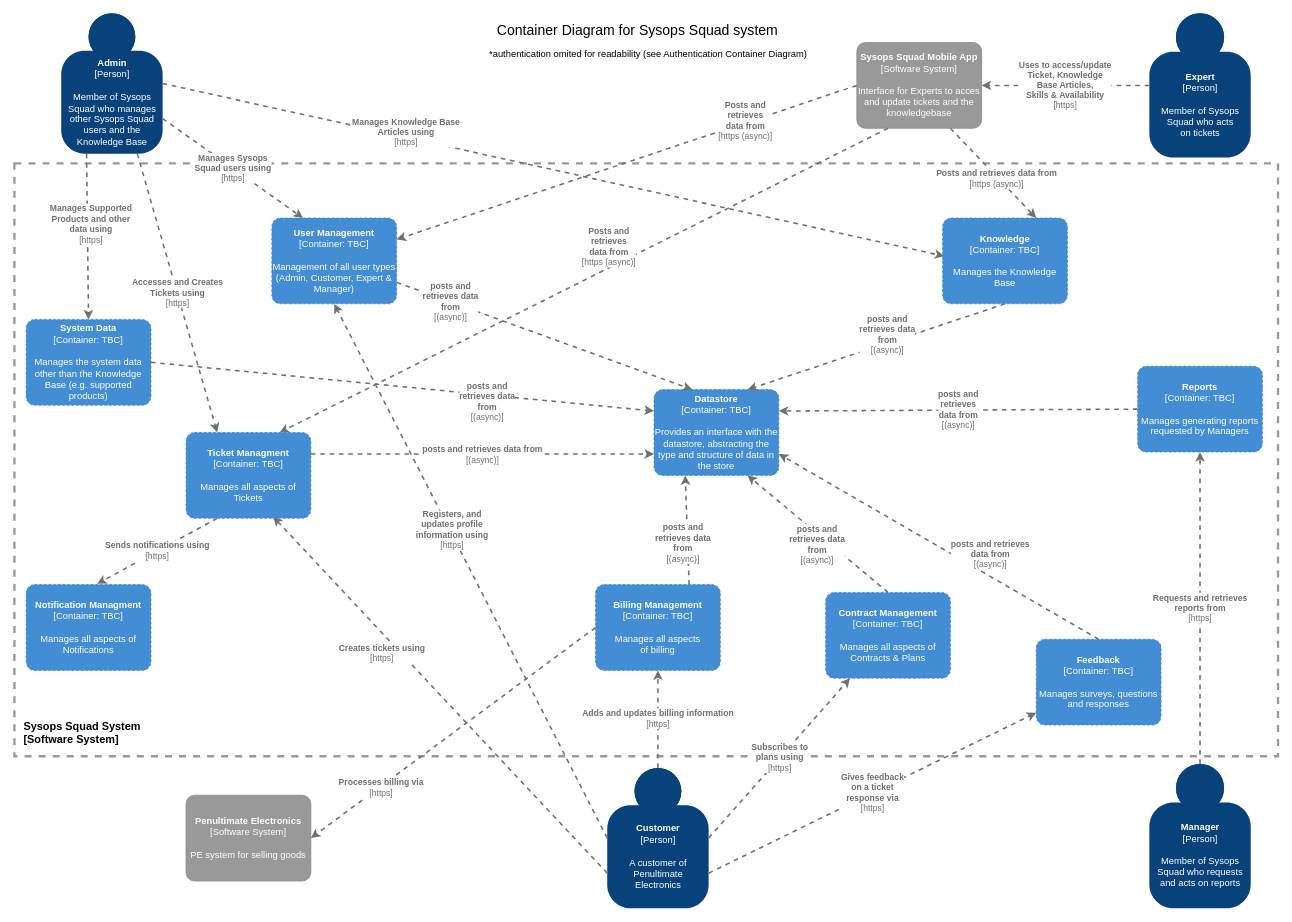
Earlier version of the draw.io diagram 3.ViewsAndPerspectives/infrastructure/images/ContainerDiagram.drawio (tekiegirl/TheMadKatas). Source tidied: cells renumbered, new cells numbered last; positions are measured from the earlier drawing's top-left corner, leaving out a move shared by most shapes. Both pictures are drawn from the tidied source at 78%, with x=0, y=0 at pixel (14, 13).
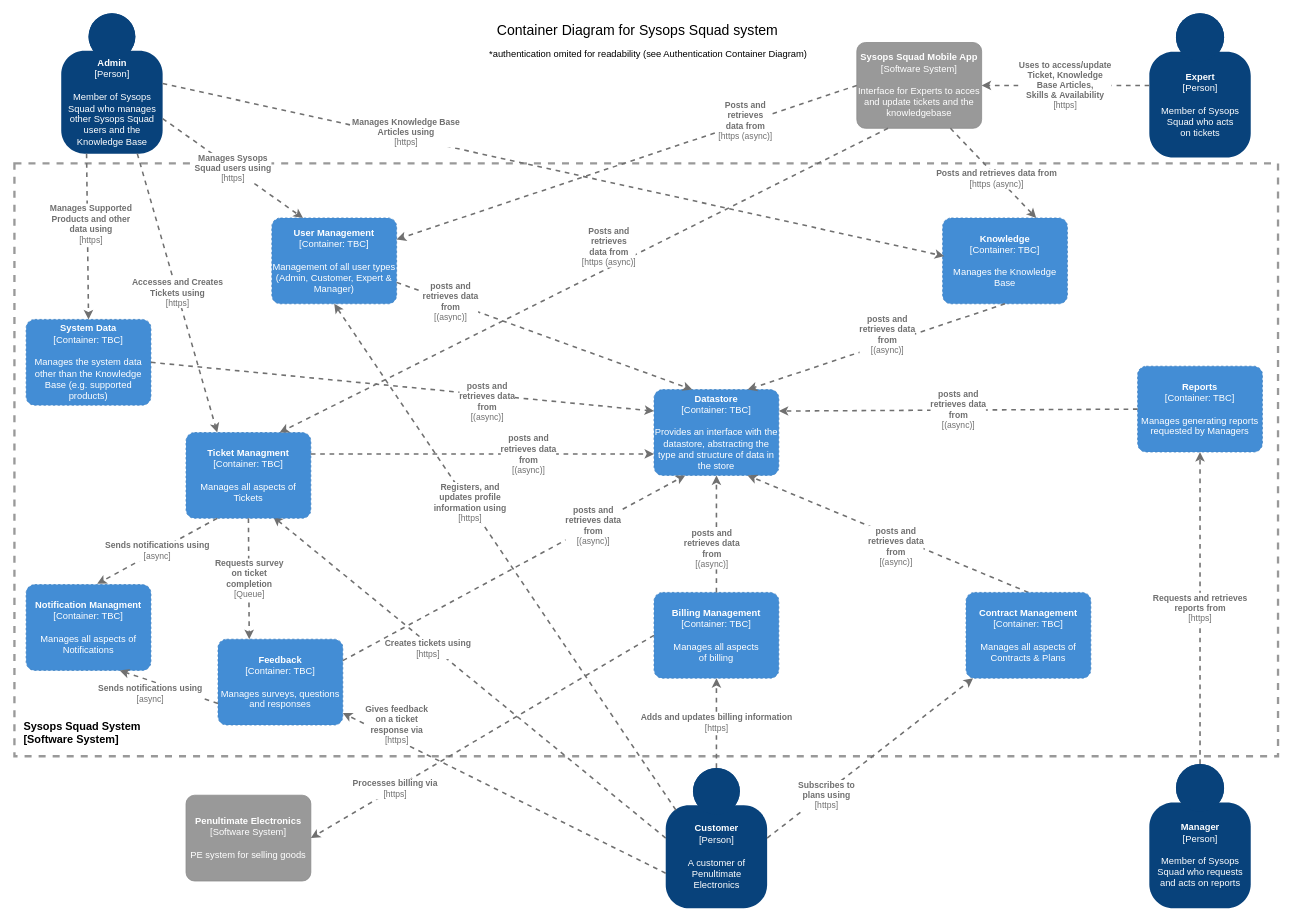
The same diagram, later.

Commit message (it also covers changes not shown here):
Move feedback on container diagram and add link to notifications and ticket

Unchanged cells that the change refers to:
```xml
<object id="12" label="&lt;b&gt;%c4Name%&lt;/b&gt;&lt;div&gt;[%c4Type%: %c4Technology%]&lt;/div&gt;&lt;br&gt;&lt;div&gt;%c4Description%&lt;/div&gt;" c4Description="Manages generating reports requested by Managers" c4Name="Reports" c4Technology="TBC" c4Type="Container" placeholders="1">
  <mxCell style="rounded=1;whiteSpace=wrap;html=1;labelBackgroundColor=none;fillColor=#438DD5;fontColor=#ffffff;align=center;arcSize=10;strokeColor=#3C7FC0;metaData={&quot;c4Type&quot;:{&quot;editable&quot;:false}};points=[[0.25,0,0],[0.5,0,0],[0.75,0,0],[1,0.25,0],[1,0.5,0],[1,0.75,0],[0.75,1,0],[0.5,1,0],[0.25,1,0],[0,0.75,0],[0,0.5,0],[0,0.25,0]];dashed=1;" parent="1" vertex="1">
    <mxGeometry x="1440" y="452" width="160" height="110" as="geometry" />
  </mxCell>
</object>
<object id="20" label="&lt;b&gt;%c4Name%&lt;/b&gt;&lt;div&gt;[%c4Type%: %c4Technology%]&lt;/div&gt;&lt;br&gt;&lt;div&gt;%c4Description%&lt;/div&gt;" c4Description="Manages all aspects of Tickets" c4Name="Ticket Managment" c4Technology="TBC" c4Type="Container" placeholders="1">
  <mxCell style="rounded=1;whiteSpace=wrap;html=1;labelBackgroundColor=none;fillColor=#438DD5;fontColor=#ffffff;align=center;arcSize=10;strokeColor=#3C7FC0;metaData={&quot;c4Type&quot;:{&quot;editable&quot;:false}};points=[[0.25,0,0],[0.5,0,0],[0.75,0,0],[1,0.25,0],[1,0.5,0],[1,0.75,0],[0.75,1,0],[0.5,1,0],[0.25,1,0],[0,0.75,0],[0,0.5,0],[0,0.25,0]];dashed=1;" parent="1" vertex="1">
    <mxGeometry x="220" y="537" width="160" height="110" as="geometry" />
  </mxCell>
</object>
<object id="21" label="&lt;b&gt;%c4Name%&lt;/b&gt;&lt;div&gt;[%c4Type%: %c4Technology%]&lt;/div&gt;&lt;br&gt;&lt;div&gt;%c4Description%&lt;/div&gt;" c4Description="Management of all user types (Admin, Customer, Expert &amp; Manager)" c4Name="User Management" c4Technology="TBC" c4Type="Container" placeholders="1">
  <mxCell style="rounded=1;whiteSpace=wrap;html=1;labelBackgroundColor=none;fillColor=#438DD5;fontColor=#ffffff;align=center;arcSize=10;strokeColor=#3C7FC0;metaData={&quot;c4Type&quot;:{&quot;editable&quot;:false}};points=[[0.25,0,0],[0.5,0,0],[0.75,0,0],[1,0.25,0],[1,0.5,0],[1,0.75,0],[0.75,1,0],[0.5,1,0],[0.25,1,0],[0,0.75,0],[0,0.5,0],[0,0.25,0]];dashed=1;" parent="1" vertex="1">
    <mxGeometry x="330" y="262" width="160" height="110" as="geometry" />
  </mxCell>
</object>
<object id="26" label="&lt;b&gt;%c4Name%&lt;/b&gt;&lt;div&gt;[%c4Type%: %c4Technology%]&lt;/div&gt;&lt;br&gt;&lt;div&gt;%c4Description%&lt;/div&gt;" c4Description="Provides an interface with the datastore, abstracting the type and structure of data in the store" c4Name="Datastore" c4Technology="TBC" c4Type="Container" placeholders="1">
  <mxCell style="rounded=1;whiteSpace=wrap;html=1;labelBackgroundColor=none;fillColor=#438DD5;fontColor=#ffffff;align=center;arcSize=10;strokeColor=#3C7FC0;metaData={&quot;c4Type&quot;:{&quot;editable&quot;:false}};points=[[0.25,0,0],[0.5,0,0],[0.75,0,0],[1,0.25,0],[1,0.5,0],[1,0.75,0],[0.75,1,0],[0.5,1,0],[0.25,1,0],[0,0.75,0],[0,0.5,0],[0,0.25,0]];dashed=1;" parent="1" vertex="1">
    <mxGeometry x="820" y="482" width="160" height="110" as="geometry" />
  </mxCell>
</object>
<object id="39" label="&lt;b&gt;%c4Name%&lt;/b&gt;&lt;div&gt;[%c4Type%: %c4Technology%]&lt;/div&gt;&lt;br&gt;&lt;div&gt;%c4Description%&lt;/div&gt;" c4Description="Manages all aspects of Notifications" c4Name="Notification Managment" c4Technology="TBC" c4Type="Container" placeholders="1">
  <mxCell style="rounded=1;whiteSpace=wrap;html=1;labelBackgroundColor=none;fillColor=#438DD5;fontColor=#ffffff;align=center;arcSize=10;strokeColor=#3C7FC0;metaData={&quot;c4Type&quot;:{&quot;editable&quot;:false}};points=[[0.25,0,0],[0.5,0,0],[0.75,0,0],[1,0.25,0],[1,0.5,0],[1,0.75,0],[0.75,1,0],[0.5,1,0],[0.25,1,0],[0,0.75,0],[0,0.5,0],[0,0.25,0]];dashed=1;" parent="1" vertex="1">
    <mxGeometry x="15" y="732" width="160" height="110" as="geometry" />
  </mxCell>
</object>
```

The edit, as a diff of the source:
```diff
@@
     <object id="3" label="&lt;b&gt;%c4Name%&lt;/b&gt;&lt;div&gt;[%c4Type%]&lt;/div&gt;&lt;br&gt;&lt;div&gt;%c4Description%&lt;/div&gt;" c4Description="A customer of &#10;Penultimate &#10;Electronics" c4Name="Customer" c4Type="Person" placeholders="1">
       <mxCell style="html=1;dashed=0;whitespace=wrap;fillColor=#08427b;strokeColor=none;fontColor=#ffffff;shape=mxgraph.c4.person;align=center;points=[[0.5,0,0],[1,0.5,0],[1,0.75,0],[0.75,1,0],[0.5,1,0],[0.25,1,0],[0,0.75,0],[0,0.5,0]];metaData={&quot;c4Type&quot;:{&quot;editable&quot;:false}};" parent="1" vertex="1">
-        <mxGeometry x="760" y="967" width="130" height="180" as="geometry" />
+        <mxGeometry x="835" y="967" width="130" height="180" as="geometry" />
       </mxCell>
     </object>
@@
     <object id="13" label="&lt;b&gt;%c4Name%&lt;/b&gt;&lt;div&gt;[%c4Type%: %c4Technology%]&lt;/div&gt;&lt;br&gt;&lt;div&gt;%c4Description%&lt;/div&gt;" c4Description="Manages surveys, questions and responses" c4Name="Feedback" c4Technology="TBC" c4Type="Container" placeholders="1">
       <mxCell style="rounded=1;whiteSpace=wrap;html=1;labelBackgroundColor=none;fillColor=#438DD5;fontColor=#ffffff;align=center;arcSize=10;strokeColor=#3C7FC0;metaData={&quot;c4Type&quot;:{&quot;editable&quot;:false}};points=[[0.25,0,0],[0.5,0,0],[0.75,0,0],[1,0.25,0],[1,0.5,0],[1,0.75,0],[0.75,1,0],[0.5,1,0],[0.25,1,0],[0,0.75,0],[0,0.5,0],[0,0.25,0]];dashed=1;" parent="1" vertex="1">
-        <mxGeometry x="1310" y="802" width="160" height="110" as="geometry" />
+        <mxGeometry x="261" y="802" width="160" height="110" as="geometry" />
       </mxCell>
     </object>
     <object id="14" label="&lt;div style=&quot;text-align: left&quot;&gt;&lt;div style=&quot;text-align: center&quot;&gt;&lt;b&gt;%c4Description%&lt;/b&gt;&lt;/div&gt;&lt;div style=&quot;text-align: center&quot;&gt;[%c4Technology%]&lt;/div&gt;&lt;/div&gt;" c4Description="Subscribes to &#10;plans using" c4Technology="https" placeholders="1">
       <mxCell style="edgeStyle=none;rounded=0;html=1;jettySize=auto;strokeColor=#707070;strokeWidth=2;fontColor=#707070;jumpStyle=none;dashed=1;metaData={&quot;c4Type&quot;:{&quot;editable&quot;:false}};exitX=1;exitY=0.5;exitDx=0;exitDy=0;exitPerimeter=0;" parent="1" edge="1" source="3" target="42">
-        <mxGeometry relative="1" as="geometry" />
+        <mxGeometry x="-0.44" y="-3" relative="1" as="geometry" />
       </mxCell>
     </object>
     <object id="15" label="&lt;div style=&quot;text-align: left&quot;&gt;&lt;div style=&quot;text-align: center&quot;&gt;&lt;b&gt;%c4Description%&lt;/b&gt;&lt;/div&gt;&lt;div style=&quot;text-align: center&quot;&gt;[%c4Technology%]&lt;/div&gt;&lt;/div&gt;" c4Description="Creates tickets using" c4Technology="https" placeholders="1">
-      <mxCell style="edgeStyle=none;rounded=0;html=1;jettySize=auto;strokeColor=#707070;strokeWidth=2;fontColor=#707070;jumpStyle=none;dashed=1;metaData={&quot;c4Type&quot;:{&quot;editable&quot;:false}};exitX=0;exitY=0.75;exitDx=0;exitDy=0;exitPerimeter=0;entryX=0.698;entryY=0.981;entryDx=0;entryDy=0;entryPerimeter=0;" parent="1" edge="1" source="3" target="20">
-        <mxGeometry x="0.29" y="18" relative="1" as="geometry" />
+      <mxCell style="edgeStyle=none;rounded=0;html=1;jettySize=auto;strokeColor=#707070;strokeWidth=2;fontColor=#707070;jumpStyle=none;dashed=1;metaData={&quot;c4Type&quot;:{&quot;editable&quot;:false}};exitX=0;exitY=0.5;exitDx=0;exitDy=0;exitPerimeter=0;entryX=0.698;entryY=0.981;entryDx=0;entryDy=0;entryPerimeter=0;" parent="1" edge="1" source="3" target="20">
+        <mxGeometry x="0.2" y="5" relative="1" as="geometry" />
       </mxCell>
     </object>
     <object id="16" label="&lt;div style=&quot;text-align: left&quot;&gt;&lt;div style=&quot;text-align: center&quot;&gt;&lt;b&gt;%c4Description%&lt;/b&gt;&lt;/div&gt;&lt;div style=&quot;text-align: center&quot;&gt;[%c4Technology%]&lt;/div&gt;&lt;/div&gt;" c4Description="Gives feedback &#10;on a ticket &#10;response via" c4Technology="https" placeholders="1">
-      <mxCell style="edgeStyle=none;rounded=0;html=1;jettySize=auto;strokeColor=#707070;strokeWidth=2;fontColor=#707070;jumpStyle=none;dashed=1;metaData={&quot;c4Type&quot;:{&quot;editable&quot;:false}};exitX=1;exitY=0.75;exitDx=0;exitDy=0;exitPerimeter=0;" parent="1" edge="1" source="3" target="13">
-        <mxGeometry relative="1" as="geometry" />
+      <mxCell style="edgeStyle=none;rounded=0;html=1;jettySize=auto;strokeColor=#707070;strokeWidth=2;fontColor=#707070;jumpStyle=none;dashed=1;metaData={&quot;c4Type&quot;:{&quot;editable&quot;:false}};exitX=0;exitY=0.75;exitDx=0;exitDy=0;exitPerimeter=0;" parent="1" edge="1" source="3" target="13">
+        <mxGeometry x="0.7" y="-17" relative="1" as="geometry" />
       </mxCell>
     </object>
@@
     <object id="19" label="&lt;b&gt;%c4Name%&lt;/b&gt;&lt;div&gt;[%c4Type%: %c4Technology%]&lt;/div&gt;&lt;br&gt;&lt;div&gt;%c4Description%&lt;/div&gt;" c4Description="Manages all aspects &#10;of billing" c4Name="Billing Management" c4Technology="TBC" c4Type="Container" placeholders="1">
       <mxCell style="rounded=1;whiteSpace=wrap;html=1;labelBackgroundColor=none;fillColor=#438DD5;fontColor=#ffffff;align=center;arcSize=10;strokeColor=#3C7FC0;metaData={&quot;c4Type&quot;:{&quot;editable&quot;:false}};points=[[0.25,0,0],[0.5,0,0],[0.75,0,0],[1,0.25,0],[1,0.5,0],[1,0.75,0],[0.75,1,0],[0.5,1,0],[0.25,1,0],[0,0.75,0],[0,0.5,0],[0,0.25,0]];dashed=1;" parent="1" vertex="1">
-        <mxGeometry x="745" y="732" width="160" height="110" as="geometry" />
+        <mxGeometry x="820" y="742" width="160" height="110" as="geometry" />
       </mxCell>
     </object>
@@
-    <object id="28" label="&lt;div style=&quot;text-align: left&quot;&gt;&lt;div style=&quot;text-align: center&quot;&gt;&lt;b&gt;%c4Description%&lt;/b&gt;&lt;/div&gt;&lt;div style=&quot;text-align: center&quot;&gt;[%c4Technology%]&lt;/div&gt;&lt;/div&gt;" c4Description="posts and retrieves &#10;data from" c4Technology="(async)" placeholders="1">
-      <mxCell style="edgeStyle=none;rounded=0;html=1;entryX=1;entryY=0.75;jettySize=auto;strokeColor=#707070;strokeWidth=2;fontColor=#707070;jumpStyle=none;dashed=1;metaData={&quot;c4Type&quot;:{&quot;editable&quot;:false}};exitX=0.5;exitY=0;exitDx=0;exitDy=0;exitPerimeter=0;entryDx=0;entryDy=0;entryPerimeter=0;" parent="1" edge="1" source="13" target="26">
-        <mxGeometry x="-0.26" y="-25" relative="1" as="geometry" />
+    <object id="28" label="&lt;div style=&quot;text-align: left&quot;&gt;&lt;div style=&quot;text-align: center&quot;&gt;&lt;b&gt;%c4Description%&lt;/b&gt;&lt;/div&gt;&lt;div style=&quot;text-align: center&quot;&gt;[%c4Technology%]&lt;/div&gt;&lt;/div&gt;" c4Description="posts and &#10;retrieves data &#10;from" c4Technology="(async)" placeholders="1">
+      <mxCell style="edgeStyle=none;rounded=0;html=1;entryX=0.25;entryY=1;jettySize=auto;strokeColor=#707070;strokeWidth=2;fontColor=#707070;jumpStyle=none;dashed=1;metaData={&quot;c4Type&quot;:{&quot;editable&quot;:false}};exitX=1;exitY=0.25;exitDx=0;exitDy=0;exitPerimeter=0;entryDx=0;entryDy=0;entryPerimeter=0;" parent="1" edge="1" source="13" target="26">
+        <mxGeometry x="0.46" y="-1" relative="1" as="geometry" />
       </mxCell>
     </object>
-    <object id="29" label="&lt;div style=&quot;text-align: left&quot;&gt;&lt;div style=&quot;text-align: center&quot;&gt;&lt;b&gt;%c4Description%&lt;/b&gt;&lt;/div&gt;&lt;div style=&quot;text-align: center&quot;&gt;[%c4Technology%]&lt;/div&gt;&lt;/div&gt;" c4Description="posts and &#10;retrieves &#10;data from" c4Technology="(async)" placeholders="1">
+    <object id="29" label="&lt;div style=&quot;text-align: left&quot;&gt;&lt;div style=&quot;text-align: center&quot;&gt;&lt;b&gt;%c4Description%&lt;/b&gt;&lt;/div&gt;&lt;div style=&quot;text-align: center&quot;&gt;[%c4Technology%]&lt;/div&gt;&lt;/div&gt;" c4Description="posts and &#10;retrieves data &#10;from" c4Technology="(async)" placeholders="1">
       <mxCell style="edgeStyle=none;rounded=0;html=1;entryX=1;entryY=0.25;jettySize=auto;strokeColor=#707070;strokeWidth=2;fontColor=#707070;jumpStyle=none;dashed=1;metaData={&quot;c4Type&quot;:{&quot;editable&quot;:false}};exitX=0;exitY=0.5;exitDx=0;exitDy=0;exitPerimeter=0;entryDx=0;entryDy=0;entryPerimeter=0;" parent="1" edge="1" source="12" target="26">
         <mxGeometry relative="1" as="geometry" />
       </mxCell>
     </object>
@@
     <object id="32" label="&lt;div style=&quot;text-align: left&quot;&gt;&lt;div style=&quot;text-align: center&quot;&gt;&lt;b&gt;%c4Description%&lt;/b&gt;&lt;/div&gt;&lt;div style=&quot;text-align: center&quot;&gt;[%c4Technology%]&lt;/div&gt;&lt;/div&gt;" c4Description="posts and &#10;retrieves data &#10;from" c4Technology="(async)" placeholders="1">
-      <mxCell style="edgeStyle=none;rounded=0;html=1;entryX=0.25;entryY=1;jettySize=auto;strokeColor=#707070;strokeWidth=2;fontColor=#707070;jumpStyle=none;dashed=1;metaData={&quot;c4Type&quot;:{&quot;editable&quot;:false}};exitX=0.75;exitY=0;exitDx=0;exitDy=0;exitPerimeter=0;entryDx=0;entryDy=0;entryPerimeter=0;" parent="1" edge="1" source="19" target="26">
-        <mxGeometry x="-0.25" y="6" relative="1" as="geometry" />
+      <mxCell style="edgeStyle=none;rounded=0;html=1;jettySize=auto;strokeColor=#707070;strokeWidth=2;fontColor=#707070;jumpStyle=none;dashed=1;metaData={&quot;c4Type&quot;:{&quot;editable&quot;:false}};exitX=0.5;exitY=0;exitDx=0;exitDy=0;exitPerimeter=0;" parent="1" edge="1" source="19">
+        <mxGeometry x="-0.25" y="6" relative="1" as="geometry">
+          <mxPoint x="900" y="592" as="targetPoint" />
+        </mxGeometry>
       </mxCell>
     </object>
@@
-    <object id="36" label="&lt;div style=&quot;text-align: left&quot;&gt;&lt;div style=&quot;text-align: center&quot;&gt;&lt;b&gt;%c4Description%&lt;/b&gt;&lt;/div&gt;&lt;div style=&quot;text-align: center&quot;&gt;[%c4Technology%]&lt;/div&gt;&lt;/div&gt;" c4Description="posts and retrieves data from" c4Technology="(async)" placeholders="1">
+    <object id="36" label="&lt;div style=&quot;text-align: left&quot;&gt;&lt;div style=&quot;text-align: center&quot;&gt;&lt;b&gt;%c4Description%&lt;/b&gt;&lt;/div&gt;&lt;div style=&quot;text-align: center&quot;&gt;[%c4Technology%]&lt;/div&gt;&lt;/div&gt;" c4Description="posts and &#10;retrieves data &#10;from" c4Technology="(async)" placeholders="1">
       <mxCell style="edgeStyle=none;rounded=0;html=1;entryX=0;entryY=0.75;jettySize=auto;strokeColor=#707070;strokeWidth=2;fontColor=#707070;jumpStyle=none;dashed=1;metaData={&quot;c4Type&quot;:{&quot;editable&quot;:false}};exitX=1;exitY=0.25;exitDx=0;exitDy=0;exitPerimeter=0;entryDx=0;entryDy=0;entryPerimeter=0;" parent="1" edge="1" source="20" target="26">
-        <mxGeometry relative="1" as="geometry" />
+        <mxGeometry x="0.27" relative="1" as="geometry" />
       </mxCell>
     </object>
@@
-    <object id="40" label="&lt;div style=&quot;text-align: left&quot;&gt;&lt;div style=&quot;text-align: center&quot;&gt;&lt;b&gt;%c4Description%&lt;/b&gt;&lt;/div&gt;&lt;div style=&quot;text-align: center&quot;&gt;[%c4Technology%]&lt;/div&gt;&lt;/div&gt;" c4Description="Sends notifications using" c4Technology="https" placeholders="1">
+    <object id="40" label="&lt;div style=&quot;text-align: left&quot;&gt;&lt;div style=&quot;text-align: center&quot;&gt;&lt;b&gt;%c4Description%&lt;/b&gt;&lt;/div&gt;&lt;div style=&quot;text-align: center&quot;&gt;[%c4Technology%]&lt;/div&gt;&lt;/div&gt;" c4Description="Sends notifications using" c4Technology="async" placeholders="1">
       <mxCell style="edgeStyle=none;rounded=0;html=1;jettySize=auto;strokeColor=#707070;strokeWidth=2;fontColor=#707070;jumpStyle=none;dashed=1;metaData={&quot;c4Type&quot;:{&quot;editable&quot;:false}};exitX=0.25;exitY=1;exitDx=0;exitDy=0;exitPerimeter=0;entryX=0.569;entryY=-0.009;entryDx=0;entryDy=0;entryPerimeter=0;" parent="1" edge="1" source="20" target="39">
         <mxGeometry relative="1" as="geometry" />
       </mxCell>
     </object>
@@
     <object id="42" label="&lt;b&gt;%c4Name%&lt;/b&gt;&lt;div&gt;[%c4Type%: %c4Technology%]&lt;/div&gt;&lt;br&gt;&lt;div&gt;%c4Description%&lt;/div&gt;" c4Description="Manages all aspects of Contracts &amp; Plans" c4Name="Contract Management" c4Technology="TBC" c4Type="Container" placeholders="1">
       <mxCell style="rounded=1;whiteSpace=wrap;html=1;labelBackgroundColor=none;fillColor=#438DD5;fontColor=#ffffff;align=center;arcSize=10;strokeColor=#3C7FC0;metaData={&quot;c4Type&quot;:{&quot;editable&quot;:false}};points=[[0.25,0,0],[0.5,0,0],[0.75,0,0],[1,0.25,0],[1,0.5,0],[1,0.75,0],[0.75,1,0],[0.5,1,0],[0.25,1,0],[0,0.75,0],[0,0.5,0],[0,0.25,0]];dashed=1;" parent="1" vertex="1">
-        <mxGeometry x="1040" y="742" width="160" height="110" as="geometry" />
+        <mxGeometry x="1220" y="742" width="160" height="110" as="geometry" />
       </mxCell>
     </object>
@@
     <object id="45" label="&lt;div style=&quot;text-align: left&quot;&gt;&lt;div style=&quot;text-align: center&quot;&gt;&lt;b&gt;%c4Description%&lt;/b&gt;&lt;/div&gt;&lt;div style=&quot;text-align: center&quot;&gt;[%c4Technology%]&lt;/div&gt;&lt;/div&gt;" c4Description="Registers, and &#10;updates profile &#10;information using" c4Technology="https" placeholders="1">
-      <mxCell style="edgeStyle=none;rounded=0;html=1;jettySize=auto;strokeColor=#707070;strokeWidth=2;fontColor=#707070;jumpStyle=none;dashed=1;metaData={&quot;c4Type&quot;:{&quot;editable&quot;:false}};exitX=0;exitY=0.5;exitDx=0;exitDy=0;exitPerimeter=0;entryX=0.5;entryY=1;entryDx=0;entryDy=0;entryPerimeter=0;" parent="1" edge="1" source="3" target="21">
-        <mxGeometry x="0.15" y="-2" relative="1" as="geometry" />
+      <mxCell style="edgeStyle=none;rounded=0;html=1;jettySize=auto;strokeColor=#707070;strokeWidth=2;fontColor=#707070;jumpStyle=none;dashed=1;metaData={&quot;c4Type&quot;:{&quot;editable&quot;:false}};exitX=0.1;exitY=0.3;exitDx=0;exitDy=0;exitPerimeter=0;entryX=0.5;entryY=1;entryDx=0;entryDy=0;entryPerimeter=0;" parent="1" edge="1" source="3" target="21">
+        <mxGeometry x="0.21" y="-2" relative="1" as="geometry" />
       </mxCell>
     </object>
+    <object id="46" label="&lt;div style=&quot;text-align: left&quot;&gt;&lt;div style=&quot;text-align: center&quot;&gt;&lt;b&gt;%c4Description%&lt;/b&gt;&lt;/div&gt;&lt;div style=&quot;text-align: center&quot;&gt;[%c4Technology%]&lt;/div&gt;&lt;/div&gt;" c4Description="Sends notifications using" c4Technology="async" placeholders="1">
+      <mxCell style="edgeStyle=none;rounded=0;html=1;jettySize=auto;strokeColor=#707070;strokeWidth=2;fontColor=#707070;jumpStyle=none;dashed=1;metaData={&quot;c4Type&quot;:{&quot;editable&quot;:false}};exitX=0;exitY=0.75;exitDx=0;exitDy=0;exitPerimeter=0;entryX=0.75;entryY=1;entryDx=0;entryDy=0;entryPerimeter=0;" parent="1" edge="1" source="13" target="39">
+        <mxGeometry x="0.29" y="16" relative="1" as="geometry" />
+      </mxCell>
+    </object>
+    <object id="47" label="&lt;div style=&quot;text-align: left&quot;&gt;&lt;div style=&quot;text-align: center&quot;&gt;&lt;b&gt;%c4Description%&lt;/b&gt;&lt;/div&gt;&lt;div style=&quot;text-align: center&quot;&gt;[%c4Technology%]&lt;/div&gt;&lt;/div&gt;" c4Description="Requests survey&#10;on ticket&#10;completion" c4Technology="Queue" placeholders="1">
+      <mxCell style="edgeStyle=none;rounded=0;html=1;jettySize=auto;strokeColor=#707070;strokeWidth=2;fontColor=#707070;jumpStyle=none;dashed=1;metaData={&quot;c4Type&quot;:{&quot;editable&quot;:false}};exitX=0.5;exitY=1;exitDx=0;exitDy=0;exitPerimeter=0;entryX=0.25;entryY=0;entryDx=0;entryDy=0;entryPerimeter=0;" parent="1" edge="1" source="20" target="13">
+        <mxGeometry relative="1" as="geometry" />
+      </mxCell>
+    </object>
```
